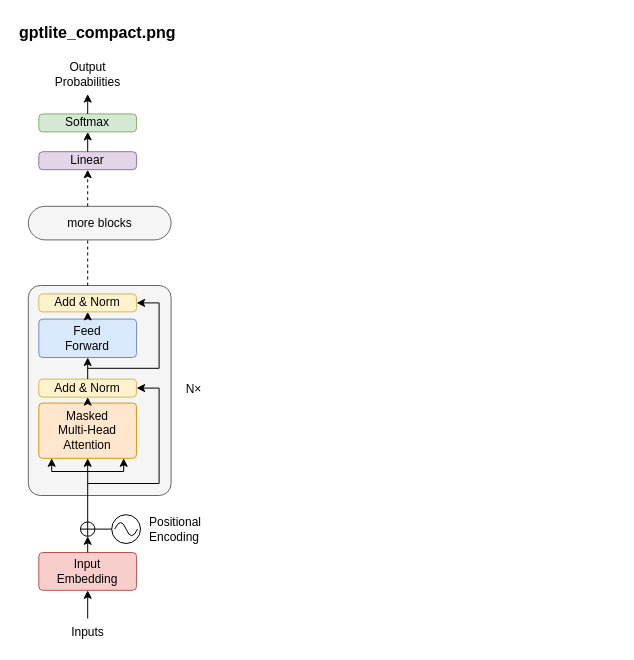
Before: assets/gptlite-cpp/gptlite-cpp.drawio in brunomaga/brunomaga.github.io, a draw.io diagram. Source tidied: cells renumbered, new cells numbered last; positions are measured from the earlier drawing's top-left corner, leaving out a move shared by most shapes. Both pictures are drawn from the tidied source at 100%, with x=0, y=0 at pixel (17, 17).
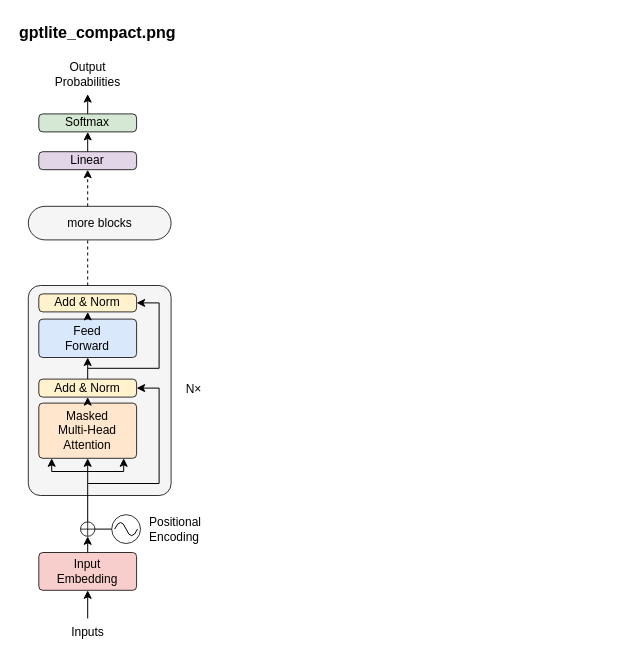
The same page after the edit.

The change refers to these unchanged cells:
```xml
<mxCell id="3" style="group;" parent="1" vertex="1">
  <mxGeometry y="40" width="202.2" height="585.6" as="geometry" />
</mxCell>
```

Diff of the diagram source:
```diff
@@
-    <mxCell id="4" style="rounded=1;absoluteArcSize=1;arcSize=24;whiteSpace=wrap;html=1;fillColor=#f5f5f5;strokeColor=#666666;" parent="3" vertex="1">
+    <mxCell id="4" style="rounded=1;absoluteArcSize=1;arcSize=24;whiteSpace=wrap;html=1;fillColor=#f5f5f5;strokeColor=#000000;strokeWidth=0.8;" parent="3" vertex="1">
       <mxGeometry x="10.8" y="228" width="142.8" height="210" as="geometry" />
     </mxCell>
-    <mxCell id="5" value="Add &amp;amp; Norm" style="rounded=1;absoluteArcSize=1;arcSize=8;whiteSpace=wrap;html=1;fontFamily=Helvetica;fontSize=12;fillColor=#fff2cc;strokeColor=#d6b656;" parent="3" vertex="1">
+    <mxCell id="5" value="Add &amp;amp; Norm" style="rounded=1;absoluteArcSize=1;arcSize=8;whiteSpace=wrap;html=1;fontFamily=Helvetica;fontSize=12;fillColor=#fff2cc;strokeColor=#000000;strokeWidth=0.8;" parent="3" vertex="1">
       <mxGeometry x="21.3" y="236.4" width="97.8" height="18" as="geometry" />
     </mxCell>
-    <mxCell id="6" value="Feed&lt;br&gt;Forward" style="rounded=1;absoluteArcSize=1;arcSize=8;whiteSpace=wrap;html=1;fontFamily=Helvetica;fontSize=12;fillColor=#dae8fc;strokeColor=#6c8ebf;" parent="3" vertex="1">
+    <mxCell id="6" value="Feed&lt;br&gt;Forward" style="rounded=1;absoluteArcSize=1;arcSize=8;whiteSpace=wrap;html=1;fontFamily=Helvetica;fontSize=12;fillColor=#dae8fc;strokeColor=#000000;strokeWidth=0.8;" parent="3" vertex="1">
       <mxGeometry x="21.3" y="261.6" width="97.8" height="38.4" as="geometry" />
     </mxCell>
-    <mxCell id="7" value="Add &amp;amp; Norm" style="rounded=1;absoluteArcSize=1;arcSize=8;whiteSpace=wrap;html=1;fontFamily=Helvetica;fontSize=12;fillColor=#fff2cc;strokeColor=#d6b656;" parent="3" vertex="1">
+    <mxCell id="7" value="Add &amp;amp; Norm" style="rounded=1;absoluteArcSize=1;arcSize=8;whiteSpace=wrap;html=1;fontFamily=Helvetica;fontSize=12;fillColor=#fff2cc;strokeColor=#000000;strokeWidth=0.8;" parent="3" vertex="1">
       <mxGeometry x="21.3" y="321.6" width="97.8" height="18" as="geometry" />
     </mxCell>
-    <mxCell id="8" value="Masked&lt;br&gt;Multi-Head&lt;br&gt;Attention" style="rounded=1;absoluteArcSize=1;arcSize=8;whiteSpace=wrap;html=1;fontFamily=Helvetica;fontSize=12;fillColor=#ffe6cc;strokeColor=#d79b00;" parent="3" vertex="1">
+    <mxCell id="8" value="Masked&lt;br&gt;Multi-Head&lt;br&gt;Attention" style="rounded=1;absoluteArcSize=1;arcSize=8;whiteSpace=wrap;html=1;fontFamily=Helvetica;fontSize=12;fillColor=#ffe6cc;strokeColor=#000000;strokeWidth=0.8;" parent="3" vertex="1">
       <mxGeometry x="21.3" y="345.6" width="97.8" height="55.2" as="geometry" />
     </mxCell>
@@
-    <mxCell id="18" style="shape=orEllipse;perimeter=ellipsePerimeter;whiteSpace=wrap;html=1;fillColor=#ffffff;" parent="3" vertex="1">
+    <mxCell id="18" style="shape=orEllipse;perimeter=ellipsePerimeter;whiteSpace=wrap;html=1;fillColor=#ffffff;strokeColor=#000000;strokeWidth=0.8;" parent="3" vertex="1">
       <mxGeometry x="63" y="464.4" width="14.4" height="14.4" as="geometry" />
     </mxCell>
@@
-    <mxCell id="20" style="ellipse;whiteSpace=wrap;html=1;fillColor=#ffffff;" parent="3" vertex="1">
+    <mxCell id="20" style="ellipse;whiteSpace=wrap;html=1;fillColor=#ffffff;strokeColor=#000000;strokeWidth=0.8;" parent="3" vertex="1">
       <mxGeometry x="94.2" y="457.2" width="28.8" height="28.8" as="geometry" />
     </mxCell>
@@
-    <mxCell id="23" value="Input&lt;br&gt;Embedding" style="rounded=1;absoluteArcSize=1;arcSize=8;whiteSpace=wrap;html=1;fontFamily=Helvetica;fontSize=12;fillColor=#f8cecc;strokeColor=#b85450;" parent="3" vertex="1">
+    <mxCell id="23" value="Input&lt;br&gt;Embedding" style="rounded=1;absoluteArcSize=1;arcSize=8;whiteSpace=wrap;html=1;fontFamily=Helvetica;fontSize=12;fillColor=#f8cecc;strokeColor=#000000;strokeWidth=0.8;" parent="3" vertex="1">
       <mxGeometry x="21.3" y="495" width="97.8" height="37.8" as="geometry" />
     </mxCell>
@@
-    <mxCell id="27" value="more blocks" style="rounded=1;arcSize=50;whiteSpace=wrap;html=1;fontFamily=Helvetica;fontSize=12;fillColor=#f5f5f5;strokeColor=#666666;" parent="3" vertex="1">
+    <mxCell id="27" value="more blocks" style="rounded=1;arcSize=50;whiteSpace=wrap;html=1;fontFamily=Helvetica;fontSize=12;fillColor=#f5f5f5;strokeColor=#000000;strokeWidth=0.8;" parent="3" vertex="1">
       <mxGeometry x="10.8" y="148.8" width="142.8" height="33.6" as="geometry" />
     </mxCell>
@@
-    <mxCell id="30" value="Linear" style="rounded=1;absoluteArcSize=1;arcSize=8;whiteSpace=wrap;html=1;fontFamily=Helvetica;fontSize=12;fillColor=#e1d5e7;strokeColor=#9673a6;" parent="3" vertex="1">
+    <mxCell id="30" value="Linear" style="rounded=1;absoluteArcSize=1;arcSize=8;whiteSpace=wrap;html=1;fontFamily=Helvetica;fontSize=12;fillColor=#e1d5e7;strokeColor=#000000;strokeWidth=0.8;" parent="3" vertex="1">
       <mxGeometry x="21.3" y="94.2" width="97.8" height="18" as="geometry" />
     </mxCell>
-    <mxCell id="31" value="Softmax" style="rounded=1;absoluteArcSize=1;arcSize=8;whiteSpace=wrap;html=1;fontFamily=Helvetica;fontSize=12;fillColor=#d5e8d4;strokeColor=#82b366;" parent="3" vertex="1">
+    <mxCell id="31" value="Softmax" style="rounded=1;absoluteArcSize=1;arcSize=8;whiteSpace=wrap;html=1;fontFamily=Helvetica;fontSize=12;fillColor=#d5e8d4;strokeColor=#000000;strokeWidth=0.8;" parent="3" vertex="1">
       <mxGeometry x="21.3" y="56.4" width="97.8" height="18" as="geometry" />
     </mxCell>
```
